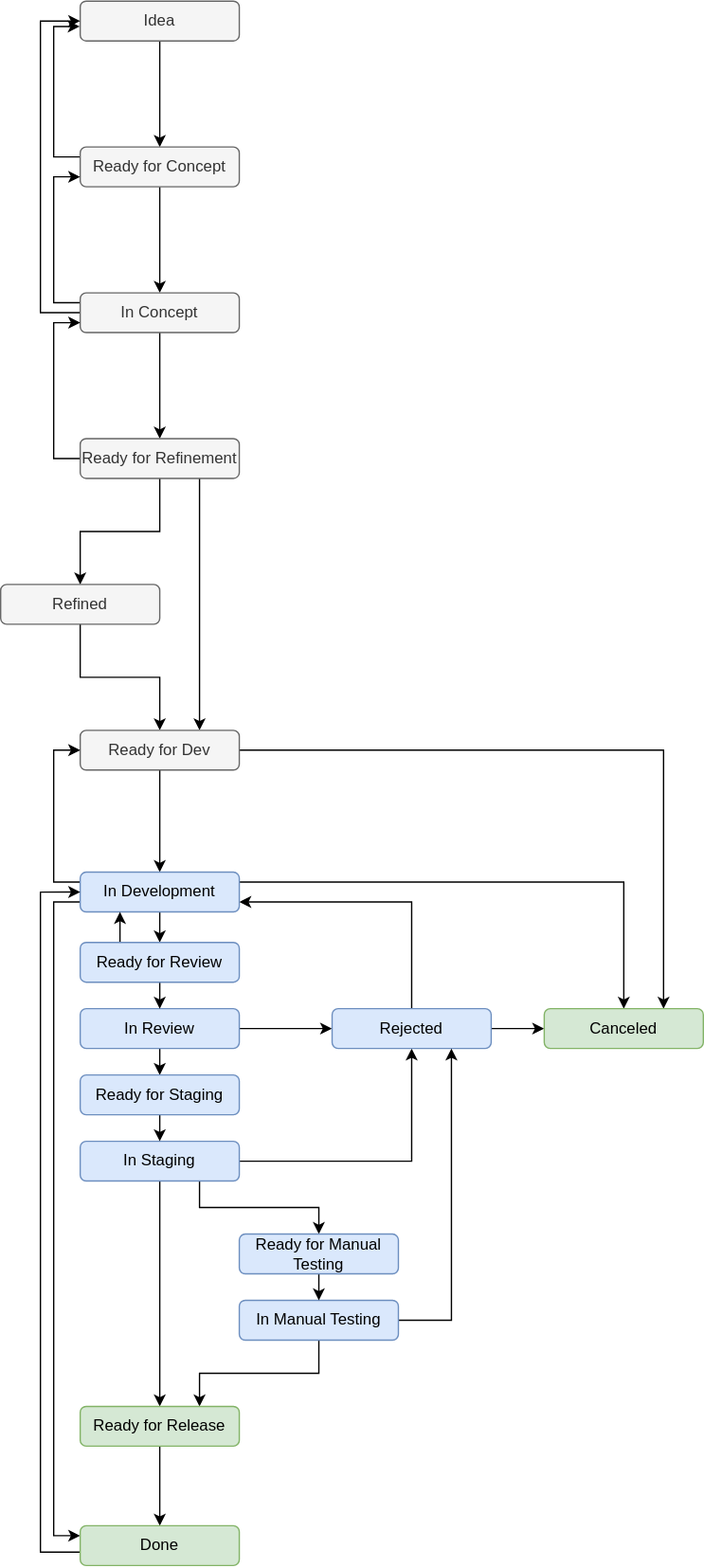
ksb-digital/.github keeps this draw.io diagram as workflows/workflow-story.drawio.svg. Above is the earlier version. Source tidied: cells renumbered, new cells last; positions are measured from the earlier drawing's top-left corner, leaving out a move shared by most shapes.
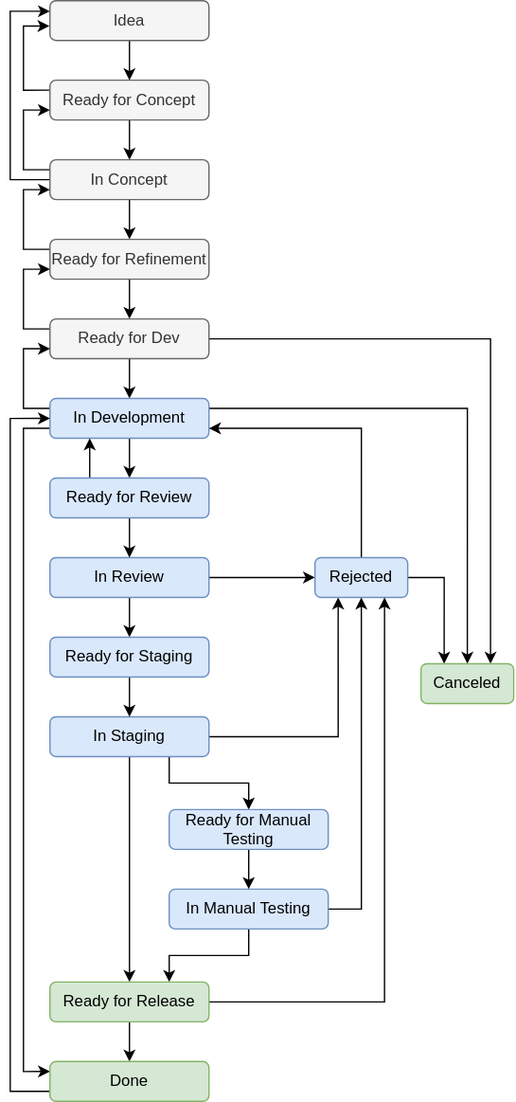
After the commit.

Change to the diagram source:
```diff
@@ -6,7 +6,7 @@
       <mxGeometry relative="1" as="geometry" />
     </mxCell>
     <mxCell id="3" value="Idea" style="rounded=1;whiteSpace=wrap;html=1;fillColor=#f5f5f5;fontColor=#333333;strokeColor=#666666;" parent="1" vertex="1">
-      <mxGeometry x="60" width="120" height="30" as="geometry" />
+      <mxGeometry x="60" y="200" width="120" height="30" as="geometry" />
     </mxCell>
     <mxCell id="4" style="edgeStyle=orthogonalEdgeStyle;rounded=0;jettySize=auto;html=1;exitX=0.5;exitY=1;exitDx=0;exitDy=0;entryX=0.5;entryY=0;entryDx=0;entryDy=0;" parent="1" edge="1" source="6" target="10">
       <mxGeometry relative="1" as="geometry" />
@@ -15,7 +15,7 @@
       <mxGeometry relative="1" as="geometry" />
     </mxCell>
     <mxCell id="6" value="Ready for Concept" style="rounded=1;whiteSpace=wrap;html=1;fillColor=#f5f5f5;fontColor=#333333;strokeColor=#666666;" parent="1" vertex="1">
-      <mxGeometry x="60" y="110" width="120" height="30" as="geometry" />
+      <mxGeometry x="60" y="260" width="120" height="30" as="geometry" />
     </mxCell>
     <mxCell id="7" style="edgeStyle=orthogonalEdgeStyle;rounded=0;jettySize=auto;html=1;exitX=0.5;exitY=1;exitDx=0;exitDy=0;entryX=0.5;entryY=0;entryDx=0;entryDy=0;" parent="1" edge="1" source="10" target="14">
       <mxGeometry relative="1" as="geometry" />
@@ -23,48 +23,43 @@
     <mxCell id="8" style="edgeStyle=orthogonalEdgeStyle;rounded=0;jettySize=auto;html=1;exitX=0;exitY=0.25;exitDx=0;exitDy=0;entryX=0;entryY=0.75;entryDx=0;entryDy=0;" parent="1" edge="1" source="10" target="6">
       <mxGeometry relative="1" as="geometry" />
     </mxCell>
-    <mxCell id="9" style="edgeStyle=orthogonalEdgeStyle;rounded=0;jettySize=auto;html=1;exitX=0;exitY=0.5;exitDx=0;exitDy=0;entryX=0;entryY=0.5;entryDx=0;entryDy=0;" parent="1" edge="1" source="10" target="3">
+    <mxCell id="9" style="edgeStyle=orthogonalEdgeStyle;rounded=0;jettySize=auto;html=1;exitX=0;exitY=0.5;exitDx=0;exitDy=0;entryX=0;entryY=0.25;entryDx=0;entryDy=0;" parent="1" edge="1" source="10" target="3">
       <mxGeometry relative="1" as="geometry">
         <Array as="points">
-          <mxPoint x="30" y="235" />
-          <mxPoint x="30" y="15" />
+          <mxPoint x="30" y="335" />
+          <mxPoint x="30" y="208" />
+          <mxPoint x="60" y="208" />
         </Array>
       </mxGeometry>
     </mxCell>
     <mxCell id="10" value="In Concept" style="rounded=1;whiteSpace=wrap;html=1;fillColor=#f5f5f5;fontColor=#333333;strokeColor=#666666;" parent="1" vertex="1">
-      <mxGeometry x="60" y="220" width="120" height="30" as="geometry" />
+      <mxGeometry x="60" y="320" width="120" height="30" as="geometry" />
     </mxCell>
+    <mxCell id="13" style="edgeStyle=orthogonalEdgeStyle;rounded=0;jettySize=auto;html=1;exitX=0.5;exitY=1;exitDx=0;exitDy=0;entryX=0.5;entryY=0;entryDx=0;entryDy=0;" parent="1" edge="1" source="14" target="19">
+      <mxGeometry relative="1" as="geometry" />
+    </mxCell>
-    <mxCell id="11" style="edgeStyle=orthogonalEdgeStyle;rounded=0;jettySize=auto;html=1;exitX=0;exitY=0.5;exitDx=0;exitDy=0;entryX=0;entryY=0.75;entryDx=0;entryDy=0;" parent="1" edge="1" source="14" target="10">
+    <mxCell id="11" style="edgeStyle=orthogonalEdgeStyle;rounded=0;jettySize=auto;html=1;exitX=0;exitY=0.25;exitDx=0;exitDy=0;entryX=0;entryY=0.75;entryDx=0;entryDy=0;" parent="1" edge="1" source="14" target="10">
       <mxGeometry relative="1" as="geometry" />
     </mxCell>
-    <mxCell id="12" style="edgeStyle=orthogonalEdgeStyle;rounded=0;jettySize=auto;html=1;exitX=0.5;exitY=1;exitDx=0;exitDy=0;entryX=0.5;entryY=0;entryDx=0;entryDy=0;" parent="1" edge="1" source="14" target="16">
-      <mxGeometry relative="1" as="geometry" />
-    </mxCell>
-    <mxCell id="13" style="edgeStyle=orthogonalEdgeStyle;rounded=0;jettySize=auto;html=1;exitX=0.75;exitY=1;exitDx=0;exitDy=0;entryX=0.75;entryY=0;entryDx=0;entryDy=0;" parent="1" edge="1" source="14" target="19">
-      <mxGeometry relative="1" as="geometry" />
-    </mxCell>
     <mxCell id="14" value="Ready for Refinement" style="rounded=1;whiteSpace=wrap;html=1;fillColor=#f5f5f5;fontColor=#333333;strokeColor=#666666;" parent="1" vertex="1">
-      <mxGeometry x="60" y="330" width="120" height="30" as="geometry" />
+      <mxGeometry x="60" y="380" width="120" height="30" as="geometry" />
     </mxCell>
-    <mxCell id="15" style="edgeStyle=orthogonalEdgeStyle;rounded=0;jettySize=auto;html=1;exitX=0.5;exitY=1;exitDx=0;exitDy=0;entryX=0.5;entryY=0;entryDx=0;entryDy=0;" parent="1" edge="1" source="16" target="19">
-      <mxGeometry relative="1" as="geometry" />
-    </mxCell>
-    <mxCell id="16" value="Refined" style="rounded=1;whiteSpace=wrap;html=1;fillColor=#f5f5f5;fontColor=#333333;strokeColor=#666666;" parent="1" vertex="1">
-      <mxGeometry y="440" width="120" height="30" as="geometry" />
-    </mxCell>
     <mxCell id="17" style="edgeStyle=orthogonalEdgeStyle;rounded=0;jettySize=auto;html=1;exitX=0.5;exitY=1;exitDx=0;exitDy=0;entryX=0.5;entryY=0;entryDx=0;entryDy=0;" parent="1" edge="1" source="19" target="24">
       <mxGeometry relative="1" as="geometry" />
     </mxCell>
     <mxCell id="18" style="edgeStyle=orthogonalEdgeStyle;rounded=0;jettySize=auto;html=1;exitX=1;exitY=0.5;exitDx=0;exitDy=0;entryX=0.75;entryY=0;entryDx=0;entryDy=0;" parent="1" edge="1" source="19" target="42">
       <mxGeometry relative="1" as="geometry" />
     </mxCell>
+    <mxCell id="50" style="edgeStyle=orthogonalEdgeStyle;rounded=0;jettySize=auto;html=1;exitX=0;exitY=0.25;exitDx=0;exitDy=0;entryX=0;entryY=0.75;entryDx=0;entryDy=0;" parent="1" edge="1" source="19" target="14">
+      <mxGeometry relative="1" as="geometry" />
+    </mxCell>
     <mxCell id="19" value="Ready for Dev" style="rounded=1;whiteSpace=wrap;html=1;fillColor=#f5f5f5;fontColor=#333333;strokeColor=#666666;" parent="1" vertex="1">
-      <mxGeometry x="60" y="550" width="120" height="30" as="geometry" />
+      <mxGeometry x="60" y="440" width="120" height="30" as="geometry" />
     </mxCell>
     <mxCell id="20" style="edgeStyle=orthogonalEdgeStyle;rounded=0;jettySize=auto;html=1;exitX=1;exitY=0.25;exitDx=0;exitDy=0;entryX=0.5;entryY=0;entryDx=0;entryDy=0;" parent="1" edge="1" source="24" target="42">
       <mxGeometry relative="1" as="geometry" />
     </mxCell>
-    <mxCell id="21" style="edgeStyle=orthogonalEdgeStyle;rounded=0;jettySize=auto;html=1;exitX=0;exitY=0.25;exitDx=0;exitDy=0;entryX=0;entryY=0.5;entryDx=0;entryDy=0;" parent="1" edge="1" source="24" target="19">
+    <mxCell id="21" style="edgeStyle=orthogonalEdgeStyle;rounded=0;jettySize=auto;html=1;exitX=0;exitY=0.25;exitDx=0;exitDy=0;entryX=0;entryY=0.75;entryDx=0;entryDy=0;" parent="1" edge="1" source="24" target="19">
       <mxGeometry relative="1" as="geometry" />
     </mxCell>
     <mxCell id="22" style="edgeStyle=orthogonalEdgeStyle;rounded=0;jettySize=auto;html=1;exitX=0.5;exitY=1;exitDx=0;exitDy=0;entryX=0.5;entryY=0;entryDx=0;entryDy=0;" parent="1" edge="1" source="24" target="45">
@@ -74,7 +69,7 @@
       <mxGeometry relative="1" as="geometry" />
     </mxCell>
     <mxCell id="24" value="In Development" style="rounded=1;whiteSpace=wrap;html=1;fillColor=#dae8fc;strokeColor=#6c8ebf;" parent="1" vertex="1">
-      <mxGeometry x="60" y="657" width="120" height="30" as="geometry" />
+      <mxGeometry x="60" y="500" width="120" height="30" as="geometry" />
     </mxCell>
     <mxCell id="25" style="edgeStyle=orthogonalEdgeStyle;rounded=0;jettySize=auto;html=1;exitX=1;exitY=0.5;exitDx=0;exitDy=0;entryX=0;entryY=0.5;entryDx=0;entryDy=0;" parent="1" edge="1" source="27" target="34">
       <mxGeometry relative="1" as="geometry" />
@@ -83,58 +78,60 @@
       <mxGeometry relative="1" as="geometry" />
     </mxCell>
     <mxCell id="27" value="In Review" style="rounded=1;whiteSpace=wrap;html=1;fillColor=#dae8fc;strokeColor=#6c8ebf;" parent="1" vertex="1">
-      <mxGeometry x="60" y="760" width="120" height="30" as="geometry" />
+      <mxGeometry x="60" y="620" width="120" height="30" as="geometry" />
     </mxCell>
     <mxCell id="28" style="edgeStyle=orthogonalEdgeStyle;rounded=0;jettySize=auto;html=1;exitX=0.5;exitY=1;exitDx=0;exitDy=0;entryX=0.5;entryY=0;entryDx=0;entryDy=0;" parent="1" edge="1" source="31" target="39">
       <mxGeometry relative="1" as="geometry" />
     </mxCell>
-    <mxCell id="29" style="edgeStyle=orthogonalEdgeStyle;rounded=0;jettySize=auto;html=1;exitX=1;exitY=0.5;exitDx=0;exitDy=0;entryX=0.5;entryY=1;entryDx=0;entryDy=0;" parent="1" edge="1" source="31" target="34">
+    <mxCell id="29" style="edgeStyle=orthogonalEdgeStyle;rounded=0;jettySize=auto;html=1;exitX=1;exitY=0.5;exitDx=0;exitDy=0;entryX=0.25;entryY=1;entryDx=0;entryDy=0;" parent="1" edge="1" source="31" target="34">
       <mxGeometry relative="1" as="geometry" />
     </mxCell>
     <mxCell id="30" style="edgeStyle=orthogonalEdgeStyle;rounded=0;jettySize=auto;html=1;exitX=0.75;exitY=1;exitDx=0;exitDy=0;entryX=0.5;entryY=0;entryDx=0;entryDy=0;" parent="1" edge="1" source="31" target="49">
       <mxGeometry relative="1" as="geometry" />
     </mxCell>
     <mxCell id="31" value="In Staging" style="rounded=1;whiteSpace=wrap;html=1;fillColor=#dae8fc;strokeColor=#6c8ebf;" parent="1" vertex="1">
-      <mxGeometry x="60" y="860" width="120" height="30" as="geometry" />
+      <mxGeometry x="60" y="740" width="120" height="30" as="geometry" />
     </mxCell>
     <mxCell id="32" style="edgeStyle=orthogonalEdgeStyle;rounded=0;jettySize=auto;html=1;exitX=0.5;exitY=0;exitDx=0;exitDy=0;entryX=1;entryY=0.75;entryDx=0;entryDy=0;" parent="1" edge="1" source="34" target="24">
       <mxGeometry relative="1" as="geometry" />
     </mxCell>
-    <mxCell id="33" style="edgeStyle=orthogonalEdgeStyle;rounded=0;jettySize=auto;html=1;exitX=1;exitY=0.5;exitDx=0;exitDy=0;entryX=0;entryY=0.5;entryDx=0;entryDy=0;" parent="1" edge="1" source="34" target="42">
+    <mxCell id="33" style="edgeStyle=orthogonalEdgeStyle;rounded=0;jettySize=auto;html=1;exitX=1;exitY=0.5;exitDx=0;exitDy=0;entryX=0.25;entryY=0;entryDx=0;entryDy=0;" parent="1" edge="1" source="34" target="42">
       <mxGeometry relative="1" as="geometry" />
     </mxCell>
     <mxCell id="34" value="Rejected" style="rounded=1;whiteSpace=wrap;html=1;fillColor=#dae8fc;strokeColor=#6c8ebf;" parent="1" vertex="1">
-      <mxGeometry x="250" y="760" width="120" height="30" as="geometry" />
+      <mxGeometry x="260" y="620" width="70" height="30" as="geometry" />
     </mxCell>
     <mxCell id="35" style="edgeStyle=orthogonalEdgeStyle;rounded=0;jettySize=auto;html=1;exitX=0.5;exitY=1;exitDx=0;exitDy=0;entryX=0.75;entryY=0;entryDx=0;entryDy=0;" parent="1" edge="1" source="37" target="39">
       <mxGeometry relative="1" as="geometry" />
     </mxCell>
-    <mxCell id="36" style="edgeStyle=orthogonalEdgeStyle;rounded=0;jettySize=auto;html=1;exitX=1;exitY=0.5;exitDx=0;exitDy=0;entryX=0.75;entryY=1;entryDx=0;entryDy=0;" parent="1" edge="1" source="37" target="34">
+    <mxCell id="36" style="edgeStyle=orthogonalEdgeStyle;rounded=0;jettySize=auto;html=1;exitX=1;exitY=0.5;exitDx=0;exitDy=0;entryX=0.5;entryY=1;entryDx=0;entryDy=0;" parent="1" edge="1" source="37" target="34">
       <mxGeometry relative="1" as="geometry" />
     </mxCell>
     <mxCell id="37" value="In Manual Testing" style="rounded=1;whiteSpace=wrap;html=1;fillColor=#dae8fc;strokeColor=#6c8ebf;" parent="1" vertex="1">
-      <mxGeometry x="180" y="980" width="120" height="30" as="geometry" />
+      <mxGeometry x="150" y="870" width="120" height="30" as="geometry" />
     </mxCell>
     <mxCell id="38" style="edgeStyle=orthogonalEdgeStyle;rounded=0;jettySize=auto;html=1;exitX=0.5;exitY=1;exitDx=0;exitDy=0;entryX=0.5;entryY=0;entryDx=0;entryDy=0;" parent="1" edge="1" source="39" target="41">
       <mxGeometry relative="1" as="geometry" />
     </mxCell>
+    <mxCell id="51" style="edgeStyle=orthogonalEdgeStyle;rounded=0;jettySize=auto;html=1;exitX=1;exitY=0.5;exitDx=0;exitDy=0;entryX=0.75;entryY=1;entryDx=0;entryDy=0;" parent="1" edge="1" source="39" target="34">
+      <mxGeometry relative="1" as="geometry" />
+    </mxCell>
     <mxCell id="39" value="Ready for Release" style="rounded=1;whiteSpace=wrap;html=1;fillColor=#d5e8d4;strokeColor=#82b366;" parent="1" vertex="1">
-      <mxGeometry x="60" y="1060" width="120" height="30" as="geometry" />
+      <mxGeometry x="60" y="940" width="120" height="30" as="geometry" />
     </mxCell>
     <mxCell id="40" style="edgeStyle=orthogonalEdgeStyle;rounded=0;jettySize=auto;html=1;exitX=0;exitY=0.75;exitDx=0;exitDy=0;entryX=0;entryY=0.5;entryDx=0;entryDy=0;" parent="1" edge="1" source="41" target="24">
       <mxGeometry relative="1" as="geometry">
         <Array as="points">
-          <mxPoint x="70" y="1170" />
-          <mxPoint x="30" y="1170" />
-          <mxPoint x="30" y="672" />
+          <mxPoint x="30" y="1022" />
+          <mxPoint x="30" y="515" />
         </Array>
       </mxGeometry>
     </mxCell>
     <mxCell id="41" value="Done" style="rounded=1;whiteSpace=wrap;html=1;fillColor=#d5e8d4;strokeColor=#82b366;" parent="1" vertex="1">
-      <mxGeometry x="60" y="1150" width="120" height="30" as="geometry" />
+      <mxGeometry x="60" y="1000" width="120" height="30" as="geometry" />
     </mxCell>
     <mxCell id="42" value="Canceled" style="rounded=1;whiteSpace=wrap;html=1;fillColor=#d5e8d4;strokeColor=#82b366;" parent="1" vertex="1">
-      <mxGeometry x="410" y="760" width="120" height="30" as="geometry" />
+      <mxGeometry x="340" y="700" width="70" height="30" as="geometry" />
     </mxCell>
     <mxCell id="43" style="edgeStyle=orthogonalEdgeStyle;rounded=0;jettySize=auto;html=1;exitX=0.5;exitY=1;exitDx=0;exitDy=0;entryX=0.5;entryY=0;entryDx=0;entryDy=0;" parent="1" edge="1" source="45" target="27">
       <mxGeometry relative="1" as="geometry" />
@@ -143,19 +140,19 @@
       <mxGeometry relative="1" as="geometry" />
     </mxCell>
     <mxCell id="45" value="Ready for Review" style="rounded=1;whiteSpace=wrap;html=1;fillColor=#dae8fc;strokeColor=#6c8ebf;" parent="1" vertex="1">
-      <mxGeometry x="60" y="710" width="120" height="30" as="geometry" />
+      <mxGeometry x="60" y="560" width="120" height="30" as="geometry" />
     </mxCell>
     <mxCell id="46" style="edgeStyle=orthogonalEdgeStyle;rounded=0;jettySize=auto;html=1;exitX=0.5;exitY=1;exitDx=0;exitDy=0;entryX=0.5;entryY=0;entryDx=0;entryDy=0;" parent="1" edge="1" source="47" target="31">
       <mxGeometry relative="1" as="geometry" />
     </mxCell>
     <mxCell id="47" value="Ready for Staging" style="rounded=1;whiteSpace=wrap;html=1;fillColor=#dae8fc;strokeColor=#6c8ebf;" parent="1" vertex="1">
-      <mxGeometry x="60" y="810" width="120" height="30" as="geometry" />
+      <mxGeometry x="60" y="680" width="120" height="30" as="geometry" />
     </mxCell>
     <mxCell id="48" style="edgeStyle=orthogonalEdgeStyle;rounded=0;jettySize=auto;html=1;exitX=0.5;exitY=1;exitDx=0;exitDy=0;entryX=0.5;entryY=0;entryDx=0;entryDy=0;" parent="1" edge="1" source="49" target="37">
       <mxGeometry relative="1" as="geometry" />
     </mxCell>
     <mxCell id="49" value="Ready for Manual Testing" style="rounded=1;whiteSpace=wrap;html=1;fillColor=#dae8fc;strokeColor=#6c8ebf;" parent="1" vertex="1">
-      <mxGeometry x="180" y="930" width="120" height="30" as="geometry" />
+      <mxGeometry x="150" y="810" width="120" height="30" as="geometry" />
     </mxCell>
   </root>
 </mxGraphModel>
```
